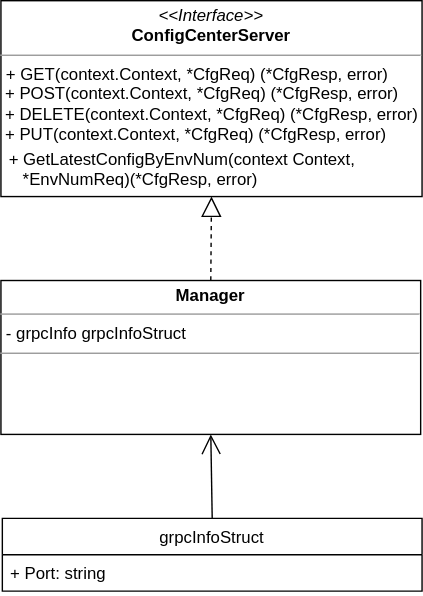
dalgorithm-bastar/configer keeps this draw.io diagram as docs/images/概设/服务模块.svg. Above is the earlier version. Source tidied: cells renumbered, new cells last; positions are measured from the earlier drawing's top-left corner, leaving out a move shared by most shapes.
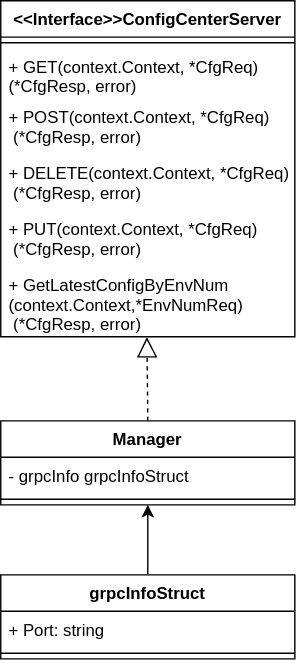
After the change.

Diff of the diagram source:
```diff
@@ -2,26 +2,50 @@
   <root>
     <mxCell id="0" />
     <mxCell id="1" parent="0" />
-    <mxCell id="2" value="&lt;p style=&quot;margin: 0px ; margin-top: 4px ; text-align: center&quot;&gt;&lt;i&gt;&amp;lt;&amp;lt;Interface&amp;gt;&amp;gt;&lt;/i&gt;&lt;br&gt;&lt;b&gt;ConfigCenterServer&lt;/b&gt;&lt;/p&gt;&lt;hr size=&quot;1&quot;&gt;&lt;p style=&quot;margin: 0px ; margin-left: 4px&quot;&gt;&lt;span style=&quot;background-color: rgb(255 , 255 , 255)&quot;&gt;+ GET(context.Context, *CfgReq) (*CfgResp, error)&lt;/span&gt;&lt;br&gt;&lt;/p&gt;&amp;nbsp;+ POS&lt;span style=&quot;background-color: rgb(255 , 255 , 255)&quot;&gt;T(context.Context, *CfgReq) (*CfgResp, error)&lt;/span&gt;&lt;br&gt;&amp;nbsp;+&amp;nbsp;&lt;span style=&quot;background-color: rgb(255 , 255 , 255)&quot;&gt;DELETE(context.Context, *CfgReq) (*CfgResp, error)&lt;/span&gt;&lt;br&gt;&amp;nbsp;+&amp;nbsp;&lt;span style=&quot;background-color: rgb(255 , 255 , 255)&quot;&gt;PUT(context.Context, *CfgReq) (*CfgResp, error)&lt;/span&gt;" style="verticalAlign=top;align=left;overflow=fill;fontSize=12;fontFamily=Helvetica;html=1;" parent="1" vertex="1">
-      <mxGeometry width="301" height="140" as="geometry" />
-    </mxCell>
-    <mxCell id="3" value="&lt;p style=&quot;margin: 0px ; margin-top: 4px ; text-align: center&quot;&gt;&lt;b&gt;Manager&lt;/b&gt;&lt;/p&gt;&lt;hr size=&quot;1&quot;&gt;&lt;p style=&quot;margin: 0px ; margin-left: 4px&quot;&gt;- grpcInfo grpcInfoStruct&lt;/p&gt;&lt;hr size=&quot;1&quot;&gt;&lt;br&gt;&lt;p style=&quot;margin: 0px ; margin-left: 4px&quot;&gt;&lt;/p&gt;" style="verticalAlign=top;align=left;overflow=fill;fontSize=12;fontFamily=Helvetica;html=1;" parent="1" vertex="1">
-      <mxGeometry y="200" width="300" height="110" as="geometry" />
-    </mxCell>
-    <mxCell id="4" style="endArrow=block;dashed=1;endFill=0;endSize=12;html=1;exitX=0.5;exitY=0;exitDx=0;exitDy=0;entryX=0.5;entryY=1;entryDx=0;entryDy=0;" parent="1" edge="1" source="3" target="2">
+    <mxCell id="4" style="endArrow=block;dashed=1;endFill=0;endSize=12;html=1;exitX=0.5;exitY=0;exitDx=0;exitDy=0;entryX=0.497;entryY=1.003;entryDx=0;entryDy=0;entryPerimeter=0;" parent="1" edge="1" source="16" target="15">
       <mxGeometry relative="1" as="geometry" />
     </mxCell>
+    <mxCell id="9" value="&lt;&lt;Interface&gt;&gt;ConfigCenterServer" style="swimlane;fontStyle=1;align=center;verticalAlign=top;horizontal=1;startSize=26;html=0;" parent="1" vertex="1">
+      <mxGeometry x="1" y="-40" width="210" height="240" as="geometry" />
+    </mxCell>
+    <mxCell id="10" style="line;strokeWidth=1;fillColor=none;align=left;verticalAlign=middle;spacingTop=-1;spacingLeft=3;spacingRight=3;labelPosition=right;" parent="9" vertex="1">
+      <mxGeometry y="26" width="210" height="8" as="geometry" />
+    </mxCell>
+    <mxCell id="11" value="+ GET(context.Context, *CfgReq) &#10;(*CfgResp, error)" style="text;strokeColor=none;fillColor=none;align=left;verticalAlign=top;spacingLeft=4;spacingRight=4;overflow=hidden;" parent="9" vertex="1">
+      <mxGeometry y="34" width="210" height="36" as="geometry" />
+    </mxCell>
+    <mxCell id="12" value="+ POST(context.Context, *CfgReq)&#10; (*CfgResp, error)" style="text;strokeColor=none;fillColor=none;align=left;verticalAlign=top;spacingLeft=4;spacingRight=4;overflow=hidden;" parent="9" vertex="1">
+      <mxGeometry y="70" width="210" height="40" as="geometry" />
+    </mxCell>
+    <mxCell id="13" value="+ DELETE(context.Context, *CfgReq)&#10; (*CfgResp, error)" style="text;strokeColor=none;fillColor=none;align=left;verticalAlign=top;spacingLeft=4;spacingRight=4;overflow=hidden;" parent="9" vertex="1">
+      <mxGeometry y="110" width="210" height="40" as="geometry" />
+    </mxCell>
+    <mxCell id="14" value="+ PUT(context.Context, *CfgReq)&#10; (*CfgResp, error)" style="text;strokeColor=none;fillColor=none;align=left;verticalAlign=top;spacingLeft=4;spacingRight=4;overflow=hidden;" parent="9" vertex="1">
+      <mxGeometry y="150" width="210" height="40" as="geometry" />
+    </mxCell>
+    <mxCell id="15" value="+ GetLatestConfigByEnvNum&#10;(context.Context,*EnvNumReq)&#10; (*CfgResp, error)" style="text;strokeColor=none;fillColor=none;align=left;verticalAlign=top;spacingLeft=4;spacingRight=4;overflow=hidden;points=[[0,0.5],[1,0.5]];portConstraint=eastwest;" parent="9" vertex="1">
+      <mxGeometry y="190" width="210" height="50" as="geometry" />
+    </mxCell>
+    <mxCell id="16" value="Manager" style="swimlane;fontStyle=1;align=center;verticalAlign=top;horizontal=1;startSize=26;html=0;" parent="1" vertex="1">
+      <mxGeometry x="1" y="260" width="210" height="60" as="geometry" />
+    </mxCell>
+    <mxCell id="17" value="- grpcInfo grpcInfoStruct" style="text;strokeColor=none;fillColor=none;align=left;verticalAlign=top;spacingLeft=4;spacingRight=4;overflow=hidden;" parent="16" vertex="1">
+      <mxGeometry y="26" width="210" height="26" as="geometry" />
+    </mxCell>
+    <mxCell id="18" style="line;strokeWidth=1;fillColor=none;align=left;verticalAlign=middle;spacingTop=-1;spacingLeft=3;spacingRight=3;labelPosition=right;" parent="16" vertex="1">
+      <mxGeometry y="52" width="210" height="8" as="geometry" />
+    </mxCell>
+    <mxCell id="19" style="edgeStyle=orthogonalEdgeStyle;rounded=0;jettySize=auto;html=1;entryX=0.5;entryY=1;entryDx=0;entryDy=0;" parent="1" edge="1" source="5" target="16">
+      <mxGeometry relative="1" as="geometry" />
+    </mxCell>
-    <mxCell id="5" value="grpcInfoStruct" style="swimlane;fontStyle=0;horizontal=1;startSize=26;fillColor=none;" parent="1" vertex="1">
-      <mxGeometry x="1" y="370" width="300" height="52" as="geometry" />
+    <mxCell id="5" value="grpcInfoStruct" style="swimlane;fontStyle=1;align=center;verticalAlign=top;horizontal=1;startSize=26;html=0;" parent="1" vertex="1">
+      <mxGeometry x="1" y="370" width="210" height="60" as="geometry" />
     </mxCell>
     <mxCell id="6" value="+ Port: string" style="text;strokeColor=none;fillColor=none;align=left;verticalAlign=top;spacingLeft=4;spacingRight=4;overflow=hidden;" parent="5" vertex="1">
-      <mxGeometry y="26" width="300" height="26" as="geometry" />
+      <mxGeometry y="26" width="210" height="26" as="geometry" />
     </mxCell>
-    <mxCell id="7" style="endArrow=open;endFill=1;endSize=12;html=1;entryX=0.5;entryY=1;entryDx=0;entryDy=0;exitX=0.5;exitY=0;exitDx=0;exitDy=0;" parent="1" edge="1" source="5" target="3">
-      <mxGeometry relative="1" as="geometry" />
-    </mxCell>
-    <mxCell id="8" value="+ GetLatestConfigByEnvNum(context Context,&#10;   *EnvNumReq)(*CfgResp, error)" style="text;strokeColor=none;fillColor=none;align=left;verticalAlign=top;spacingLeft=4;spacingRight=4;overflow=hidden;" parent="1" vertex="1">
-      <mxGeometry y="100" width="290" height="40" as="geometry" />
-    </mxCell>
+    <mxCell id="20" style="line;strokeWidth=1;fillColor=none;align=left;verticalAlign=middle;spacingTop=-1;spacingLeft=3;spacingRight=3;labelPosition=right;" parent="5" vertex="1">
+      <mxGeometry y="52" width="210" height="8" as="geometry" />
+    </mxCell>
   </root>
 </mxGraphModel>
```
